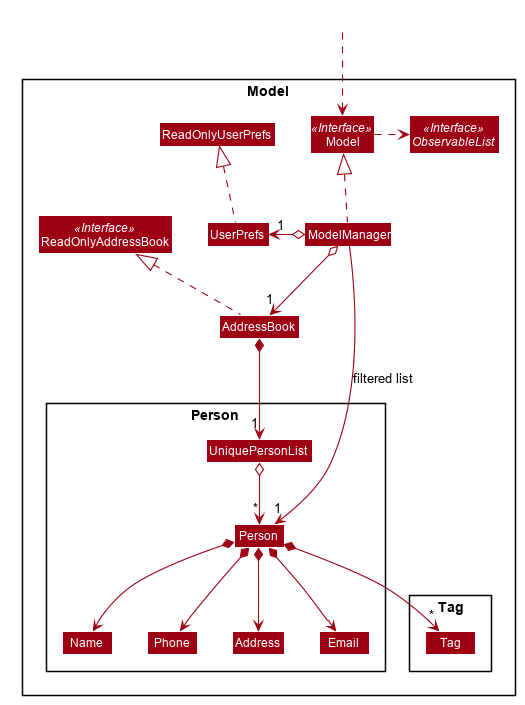
This is docs/images/ModelClassDiagram.png from samuelthen/tp, a PlantUML export, as it was before one commit. Its diagram source:
```plantuml
@startuml








skinparam BackgroundColor #FFFFFFF

skinparam Shadowing false

skinparam Class {
    FontColor #FFFFFF
    BorderThickness 1
    BorderColor #FFFFFF
    StereotypeFontColor #FFFFFF
    FontName Arial
}

skinparam Actor {
    BorderColor #000000
    Color #000000
    FontName Arial
}

skinparam Sequence {
    MessageAlign center
    BoxFontSize 15
    BoxPadding 0
    BoxFontColor #FFFFFF
    FontName Arial
}

skinparam Participant {
    FontColor #FFFFFFF
    Padding 20
}

skinparam MinClassWidth 50
skinparam ParticipantPadding 10
skinparam Shadowing false
skinparam DefaultTextAlignment center
skinparam packageStyle Rectangle

hide footbox
hide members
hide circle
skinparam arrowThickness 1.1
skinparam arrowColor #9D0012
skinparam classBackgroundColor #9D0012

Package Model <<Rectangle>>{
Interface ReadOnlyAddressBook <<Interface>>
Interface Model <<Interface>>
Interface ObservableList <<Interface>>
Class AddressBook
Class ReadOnlyAddressBook
Class Model
Class ModelManager
Class UserPrefs
Class ReadOnlyUserPrefs

Package Person {
Class Person
Class Address
Class Email
Class Name
Class Phone
Class UniquePersonList
}

Package Tag {
Class Tag
}
}

Class HiddenOutside #FFFFFF
HiddenOutside ..> Model

AddressBook .up.|> ReadOnlyAddressBook

ModelManager .up.|> Model
Model .right.> ObservableList
ModelManager o--> "1" AddressBook
ModelManager o-left-> "1" UserPrefs
UserPrefs .up.|> ReadOnlyUserPrefs

AddressBook *--> "1" UniquePersonList
UniquePersonList o--> "*" Person
Person *--> Name
Person *--> Phone
Person *--> Email
Person *--> Address
Person *--> "*" Tag

Name -[hidden]right-> Phone
Phone -[hidden]right-> Address
Address -[hidden]right-> Email

ModelManager -->"1" Person : filtered list
@enduml
```
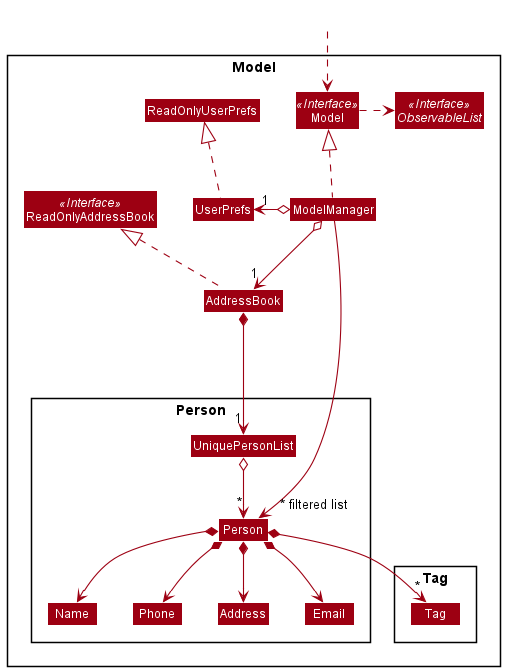
After the change.

Commit message:
Model class diagram: show 'filtered list' as an association role (#64)

The model class diagram shows 'filtered list' as an association label
when it should be shown as an association role instead.

Let's correct that error. A longer arrow is used to get an optimal
layout for the diagram.

Author: @wltan

The edit, as a diff of the source:
```diff
@@ -1,55 +1,8 @@
 @startuml
-
-
-
-
-
-
-
-
-skinparam BackgroundColor #FFFFFFF
-
-skinparam Shadowing false
-
-skinparam Class {
-    FontColor #FFFFFF
-    BorderThickness 1
-    BorderColor #FFFFFF
-    StereotypeFontColor #FFFFFF
-    FontName Arial
-}
-
-skinparam Actor {
-    BorderColor #000000
-    Color #000000
-    FontName Arial
-}
-
-skinparam Sequence {
-    MessageAlign center
-    BoxFontSize 15
-    BoxPadding 0
-    BoxFontColor #FFFFFF
-    FontName Arial
-}
-
-skinparam Participant {
-    FontColor #FFFFFFF
-    Padding 20
-}
-
-skinparam MinClassWidth 50
-skinparam ParticipantPadding 10
-skinparam Shadowing false
-skinparam DefaultTextAlignment center
-skinparam packageStyle Rectangle
-
-hide footbox
-hide members
-hide circle
+!include style.puml
 skinparam arrowThickness 1.1
-skinparam arrowColor #9D0012
-skinparam classBackgroundColor #9D0012
+skinparam arrowColor MODEL_COLOR
+skinparam classBackgroundColor MODEL_COLOR
 
 Package Model <<Rectangle>>{
 Interface ReadOnlyAddressBook <<Interface>>
@@ -99,5 +52,5 @@
 Phone -[hidden]right-> Address
 Address -[hidden]right-> Email
 
-ModelManager -->"1" Person : filtered list
+ModelManager ----->" ~* filtered list" Person
 @enduml
```
